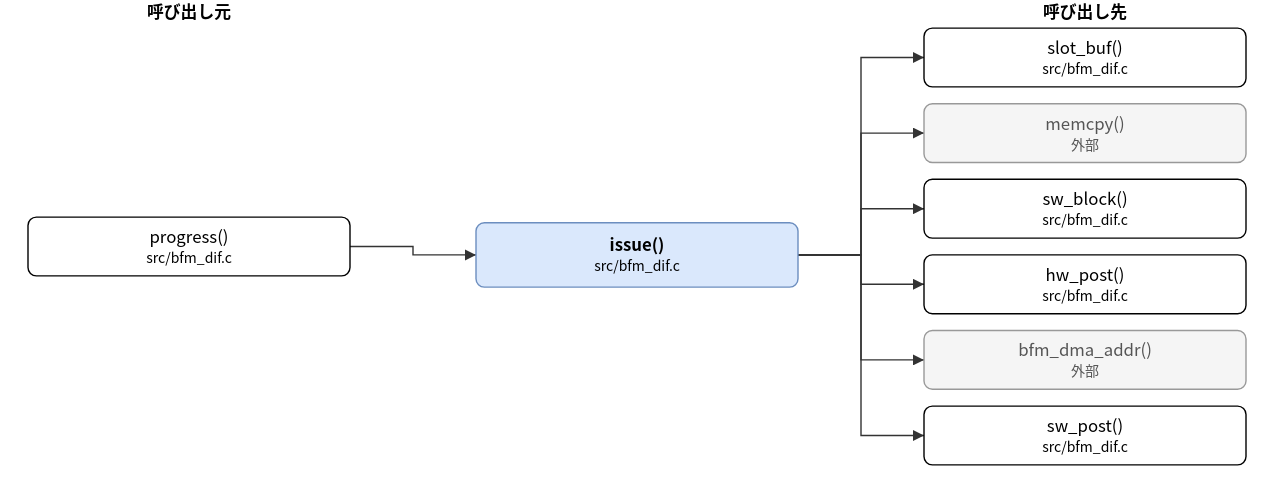
hf355051012-ai/bfmem keeps this draw.io diagram as doc/spec/images/call_src_bfm_dif-issue.drawio.svg. Above is the earlier version. Source tidied: cells renumbered, new cells last; positions are measured from the earlier drawing's top-left corner, leaving out a move shared by most shapes. The source it was exported from:
```xml
<mxGraphModel>
  <root>
    <mxCell id="0" />
    <mxCell id="1" parent="0" />
    <mxCell id="2" value="issue()&lt;br&gt;&lt;font style=&quot;font-size:10px&quot;&gt;src/bfm_dif.c&lt;/font&gt;" style="rounded=1;whiteSpace=wrap;html=1;fillColor=#dae8fc;strokeColor=#6c8ebf;fontStyle=1;" parent="1" vertex="1">
      <mxGeometry x="320" y="159" width="230" height="46" as="geometry" />
    </mxCell>
    <mxCell id="3" value="progress()&lt;br&gt;&lt;font style=&quot;font-size:10px&quot;&gt;src/bfm_dif.c&lt;/font&gt;" style="rounded=1;whiteSpace=wrap;html=1;" parent="1" vertex="1">
      <mxGeometry y="155" width="230" height="42" as="geometry" />
    </mxCell>
    <mxCell id="4" value="slot_buf()&lt;br&gt;&lt;font style=&quot;font-size:10px&quot;&gt;src/bfm_dif.c&lt;/font&gt;" style="rounded=1;whiteSpace=wrap;html=1;" parent="1" vertex="1">
      <mxGeometry x="640" y="20" width="230" height="42" as="geometry" />
    </mxCell>
    <mxCell id="5" value="memcpy()&lt;br&gt;&lt;font style=&quot;font-size:10px&quot;&gt;外部&lt;/font&gt;" style="rounded=1;whiteSpace=wrap;html=1;fillColor=#f5f5f5;strokeColor=#999999;fontColor=#555555;" parent="1" vertex="1">
      <mxGeometry x="640" y="74" width="230" height="42" as="geometry" />
    </mxCell>
    <mxCell id="6" value="sw_block()&lt;br&gt;&lt;font style=&quot;font-size:10px&quot;&gt;src/bfm_dif.c&lt;/font&gt;" style="rounded=1;whiteSpace=wrap;html=1;" parent="1" vertex="1">
      <mxGeometry x="640" y="128" width="230" height="42" as="geometry" />
    </mxCell>
    <mxCell id="7" value="hw_post()&lt;br&gt;&lt;font style=&quot;font-size:10px&quot;&gt;src/bfm_dif.c&lt;/font&gt;" style="rounded=1;whiteSpace=wrap;html=1;" parent="1" vertex="1">
      <mxGeometry x="640" y="182" width="230" height="42" as="geometry" />
    </mxCell>
    <mxCell id="8" value="bfm_dma_addr()&lt;br&gt;&lt;font style=&quot;font-size:10px&quot;&gt;外部&lt;/font&gt;" style="rounded=1;whiteSpace=wrap;html=1;fillColor=#f5f5f5;strokeColor=#999999;fontColor=#555555;" parent="1" vertex="1">
      <mxGeometry x="640" y="236" width="230" height="42" as="geometry" />
    </mxCell>
    <mxCell id="9" value="sw_post()&lt;br&gt;&lt;font style=&quot;font-size:10px&quot;&gt;src/bfm_dif.c&lt;/font&gt;" style="rounded=1;whiteSpace=wrap;html=1;" parent="1" vertex="1">
      <mxGeometry x="640" y="290" width="230" height="42" as="geometry" />
    </mxCell>
    <mxCell id="10" style="edgeStyle=none;html=1;rounded=0;endArrow=block;endFill=1;exitX=1.0000;exitY=0.5000;exitDx=0;exitDy=0;exitPerimeter=0;entryX=0.0000;entryY=0.5000;entryDx=0;entryDy=0;entryPerimeter=0;" parent="1" edge="1" source="3" target="2">
      <mxGeometry relative="1" as="geometry">
        <Array as="points">
          <mxPoint x="275" y="176" />
          <mxPoint x="275" y="182" />
        </Array>
      </mxGeometry>
    </mxCell>
    <mxCell id="11" style="edgeStyle=none;html=1;rounded=0;endArrow=block;endFill=1;exitX=1.0000;exitY=0.5000;exitDx=0;exitDy=0;exitPerimeter=0;entryX=0.0000;entryY=0.5000;entryDx=0;entryDy=0;entryPerimeter=0;" parent="1" edge="1" source="2" target="4">
      <mxGeometry relative="1" as="geometry">
        <Array as="points">
          <mxPoint x="595" y="182" />
          <mxPoint x="595" y="41" />
        </Array>
      </mxGeometry>
    </mxCell>
    <mxCell id="12" style="edgeStyle=none;html=1;rounded=0;endArrow=block;endFill=1;exitX=1.0000;exitY=0.5000;exitDx=0;exitDy=0;exitPerimeter=0;entryX=0.0000;entryY=0.5000;entryDx=0;entryDy=0;entryPerimeter=0;" parent="1" edge="1" source="2" target="5">
      <mxGeometry relative="1" as="geometry">
        <Array as="points">
          <mxPoint x="595" y="182" />
          <mxPoint x="595" y="95" />
        </Array>
      </mxGeometry>
    </mxCell>
    <mxCell id="13" style="edgeStyle=none;html=1;rounded=0;endArrow=block;endFill=1;exitX=1.0000;exitY=0.5000;exitDx=0;exitDy=0;exitPerimeter=0;entryX=0.0000;entryY=0.5000;entryDx=0;entryDy=0;entryPerimeter=0;" parent="1" edge="1" source="2" target="6">
      <mxGeometry relative="1" as="geometry">
        <Array as="points">
          <mxPoint x="595" y="182" />
          <mxPoint x="595" y="149" />
        </Array>
      </mxGeometry>
    </mxCell>
    <mxCell id="14" style="edgeStyle=none;html=1;rounded=0;endArrow=block;endFill=1;exitX=1.0000;exitY=0.5000;exitDx=0;exitDy=0;exitPerimeter=0;entryX=0.0000;entryY=0.5000;entryDx=0;entryDy=0;entryPerimeter=0;" parent="1" edge="1" source="2" target="7">
      <mxGeometry relative="1" as="geometry">
        <Array as="points">
          <mxPoint x="595" y="182" />
          <mxPoint x="595" y="203" />
        </Array>
      </mxGeometry>
    </mxCell>
    <mxCell id="15" style="edgeStyle=none;html=1;rounded=0;endArrow=block;endFill=1;exitX=1.0000;exitY=0.5000;exitDx=0;exitDy=0;exitPerimeter=0;entryX=0.0000;entryY=0.5000;entryDx=0;entryDy=0;entryPerimeter=0;" parent="1" edge="1" source="2" target="8">
      <mxGeometry relative="1" as="geometry">
        <Array as="points">
          <mxPoint x="595" y="182" />
          <mxPoint x="595" y="257" />
        </Array>
      </mxGeometry>
    </mxCell>
    <mxCell id="16" style="edgeStyle=none;html=1;rounded=0;endArrow=block;endFill=1;exitX=1.0000;exitY=0.5000;exitDx=0;exitDy=0;exitPerimeter=0;entryX=0.0000;entryY=0.5000;entryDx=0;entryDy=0;entryPerimeter=0;" parent="1" edge="1" source="2" target="9">
      <mxGeometry relative="1" as="geometry">
        <Array as="points">
          <mxPoint x="595" y="182" />
          <mxPoint x="595" y="311" />
        </Array>
      </mxGeometry>
    </mxCell>
    <mxCell id="17" value="呼び出し元" style="text;html=1;align=center;fontStyle=1;" parent="1" vertex="1">
      <mxGeometry x="35" width="160" height="18" as="geometry" />
    </mxCell>
    <mxCell id="18" value="呼び出し先" style="text;html=1;align=center;fontStyle=1;" parent="1" vertex="1">
      <mxGeometry x="675" width="160" height="18" as="geometry" />
    </mxCell>
  </root>
</mxGraphModel>
```
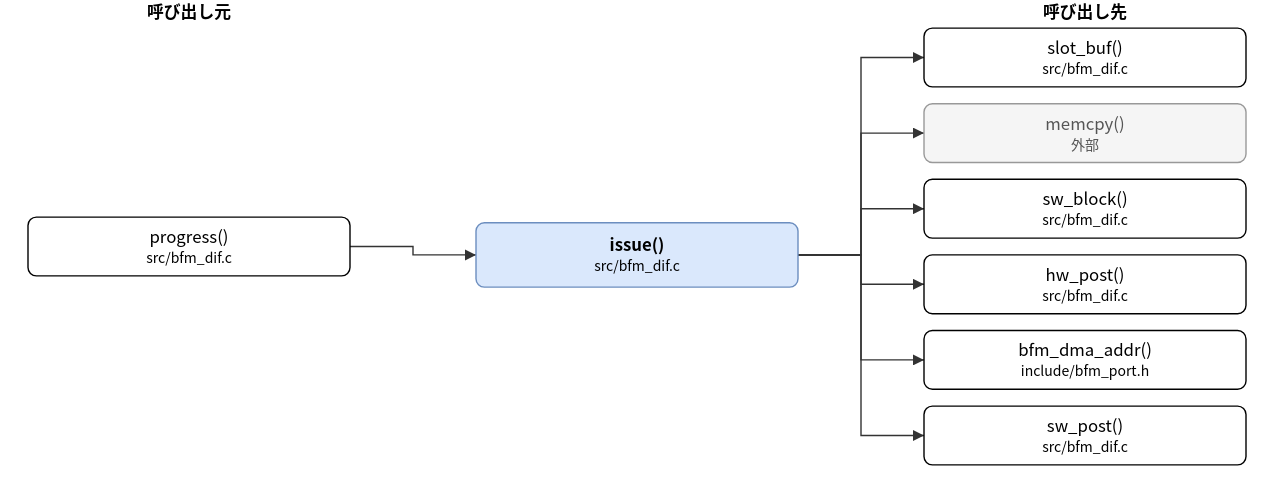
After the change.

Change to the diagram source:
```diff
@@ -20,7 +20,7 @@
     <mxCell id="7" value="hw_post()&lt;br&gt;&lt;font style=&quot;font-size:10px&quot;&gt;src/bfm_dif.c&lt;/font&gt;" style="rounded=1;whiteSpace=wrap;html=1;" parent="1" vertex="1">
       <mxGeometry x="640" y="182" width="230" height="42" as="geometry" />
     </mxCell>
-    <mxCell id="8" value="bfm_dma_addr()&lt;br&gt;&lt;font style=&quot;font-size:10px&quot;&gt;外部&lt;/font&gt;" style="rounded=1;whiteSpace=wrap;html=1;fillColor=#f5f5f5;strokeColor=#999999;fontColor=#555555;" parent="1" vertex="1">
+    <mxCell id="8" value="bfm_dma_addr()&lt;br&gt;&lt;font style=&quot;font-size:10px&quot;&gt;include/bfm_port.h&lt;/font&gt;" style="rounded=1;whiteSpace=wrap;html=1;" parent="1" vertex="1">
       <mxGeometry x="640" y="236" width="230" height="42" as="geometry" />
     </mxCell>
     <mxCell id="9" value="sw_post()&lt;br&gt;&lt;font style=&quot;font-size:10px&quot;&gt;src/bfm_dif.c&lt;/font&gt;" style="rounded=1;whiteSpace=wrap;html=1;" parent="1" vertex="1">
```
